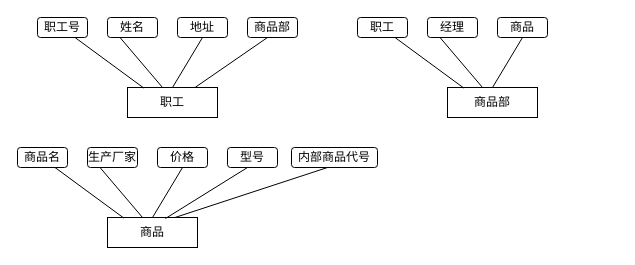
Before: Diagram.drawio in YuJiang4319/Diagram, a draw.io diagram. Source tidied: cells renumbered, new cells numbered last; positions are measured from the earlier drawing's top-left corner, leaving out a move shared by most shapes. Both pictures are drawn from the tidied source at 100%, with x=0, y=0 at pixel (17, 17).
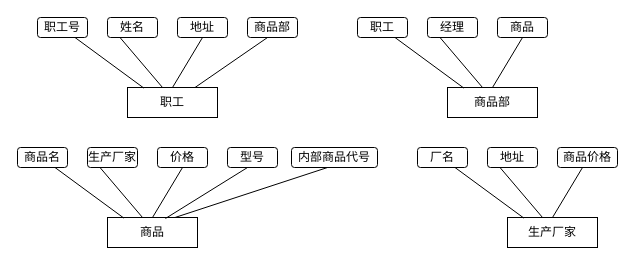
The same page after the edit.

Diff of the diagram source:
```diff
@@
+    <mxCell id="29" value="厂名" style="rounded=1;whiteSpace=wrap;html=1;" parent="1" vertex="1">
+      <mxGeometry x="400" y="130" width="50" height="20" as="geometry" />
+    </mxCell>
+    <mxCell id="30" value="地址" style="rounded=1;whiteSpace=wrap;html=1;" parent="1" vertex="1">
+      <mxGeometry x="470" y="130" width="50" height="20" as="geometry" />
+    </mxCell>
+    <mxCell id="31" value="生产厂家" style="rounded=0;whiteSpace=wrap;html=1;" parent="1" vertex="1">
+      <mxGeometry x="490" y="200" width="90" height="30" as="geometry" />
+    </mxCell>
+    <mxCell id="32" style="endArrow=none;html=1;rounded=0;exitX=0.182;exitY=0.02;exitDx=0;exitDy=0;exitPerimeter=0;entryX=0.75;entryY=1;entryDx=0;entryDy=0;" parent="1" edge="1" source="31" target="29">
+      <mxGeometry relative="1" as="geometry" />
+    </mxCell>
+    <mxCell id="33" style="endArrow=none;html=1;rounded=0;exitX=0.387;exitY=-0.007;exitDx=0;exitDy=0;exitPerimeter=0;entryX=0.25;entryY=1;entryDx=0;entryDy=0;" parent="1" edge="1" source="31" target="30">
+      <mxGeometry relative="1" as="geometry" />
+    </mxCell>
+    <mxCell id="34" value="商品价格" style="rounded=1;whiteSpace=wrap;html=1;" parent="1" vertex="1">
+      <mxGeometry x="540" y="130" width="60" height="20" as="geometry" />
+    </mxCell>
+    <mxCell id="35" style="endArrow=none;html=1;rounded=0;entryX=0.5;entryY=1;entryDx=0;entryDy=0;exitX=0.5;exitY=0;exitDx=0;exitDy=0;" parent="1" edge="1" source="31">
+      <mxGeometry relative="1" as="geometry">
+        <mxPoint x="565" y="150" as="targetPoint" />
+      </mxGeometry>
+    </mxCell>
```
